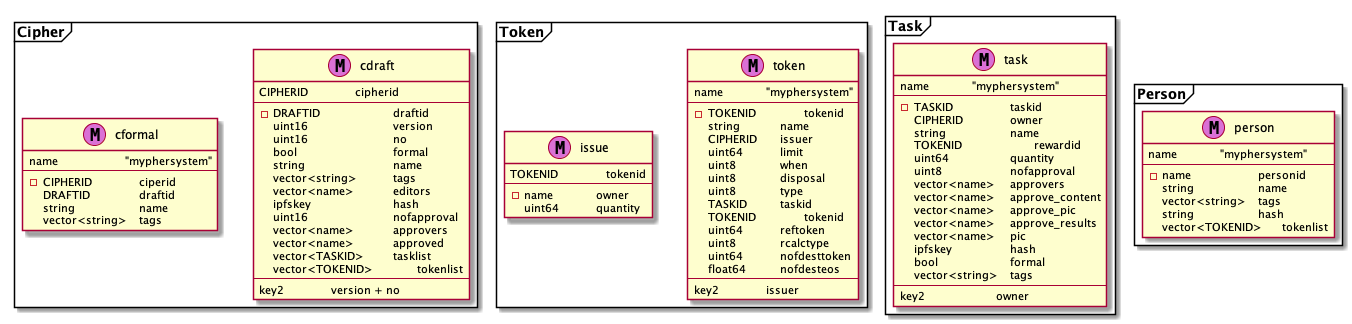
This is doc/data_structure.png from mypher/mypher, a PlantUML export, as it was before one commit.
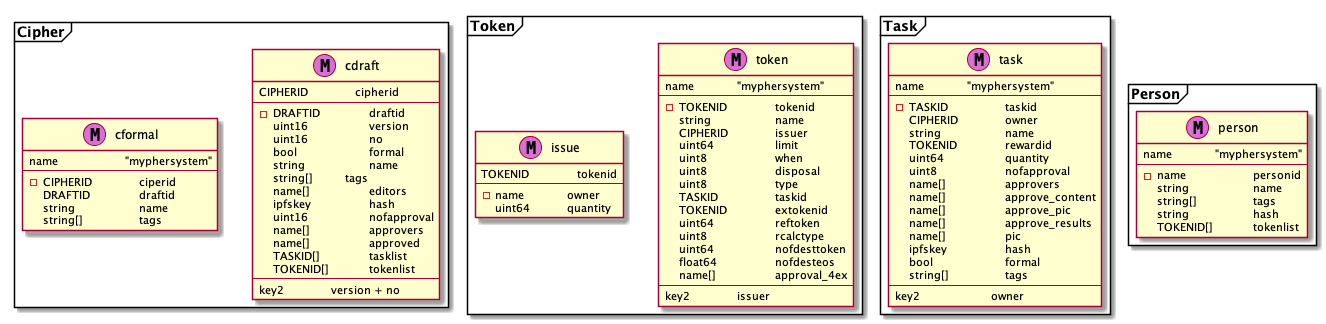
Later version of the same file.

Diff of the diagram source:
```diff
@@ -4,19 +4,19 @@
 	class cdraft << (M,orchid) >> {
 		CIPHERID		cipherid
 		--
-	   -DRAFTID				draftid
-	    uint16				version
-	    uint16				no
-		bool				formal
-		string				name
-		vector<string>		tags
-		vector<name>		editors
-		ipfskey				hash
-		uint16				nofapproval
-		vector<name>		approvers
-		vector<name>		approved
-		vector<TASKID>		tasklist
-		vector<TOKENID>		tokenlist
+	   -DRAFTID			draftid
+	    uint16			version
+	    uint16			no
+		bool			formal
+		string			name
+		string[]		tags
+		name[]			editors
+		ipfskey			hash
+		uint16			nofapproval
+		name[]			approvers
+		name[]			approved
+		TASKID[]			tasklist
+		TOKENID[]		tokenlist
 		--
 		key2		version + no
 	}
@@ -27,7 +27,7 @@
 	   -CIPHERID		ciperid
 		DRAFTID			draftid
 		string			name
-		vector<string>	tags
+		string[]			tags
 	}
 }
 
@@ -36,18 +36,19 @@
 		name		"myphersystem"
 		--
 	   -TOKENID		tokenid
-		string		name
-		CIPHERID	issuer
-		uint64		limit
-		uint8		when
-		uint8		disposal
-		uint8		type
-		TASKID		taskid
-		TOKENID		tokenid
-		uint64		reftoken
-		uint8		rcalctype
-		uint64		nofdesttoken
-		float64		nofdesteos
+		string			name
+		CIPHERID		issuer
+		uint64			limit
+		uint8			when
+		uint8			disposal
+		uint8			type
+		TASKID			taskid
+		TOKENID		extokenid
+		uint64			reftoken
+		uint8			rcalctype
+		uint64			nofdesttoken
+		float64			nofdesteos
+		name[]			approval_4ex
 		--
 		key2		issuer
 	}
@@ -67,17 +68,17 @@
 	   -TASKID			taskid
 		CIPHERID		owner
 		string			name
-		TOKENID			rewardid
+		TOKENID		rewardid
 		uint64			quantity
 		uint8			nofapproval
-		vector<name>	approvers
-		vector<name>	approve_content
-		vector<name>	approve_pic
-		vector<name>	approve_results
-		vector<name>	pic
+		name[]			approvers
+		name[]			approve_content
+		name[]			approve_pic
+		name[]			approve_results
+		name[]			pic
 		ipfskey			hash
 		bool			formal
-		vector<string>	tags
+		string[]			tags
 		--
 		key2			owner
 	}
@@ -89,9 +90,9 @@
 		--
 	   -name			personid
 		string			name
-		vector<string>	tags
+		string[]			tags
 		string			hash
-		vector<TOKENID>	tokenlist
+		TOKENID[]		tokenlist
 	}
 }
 
```
